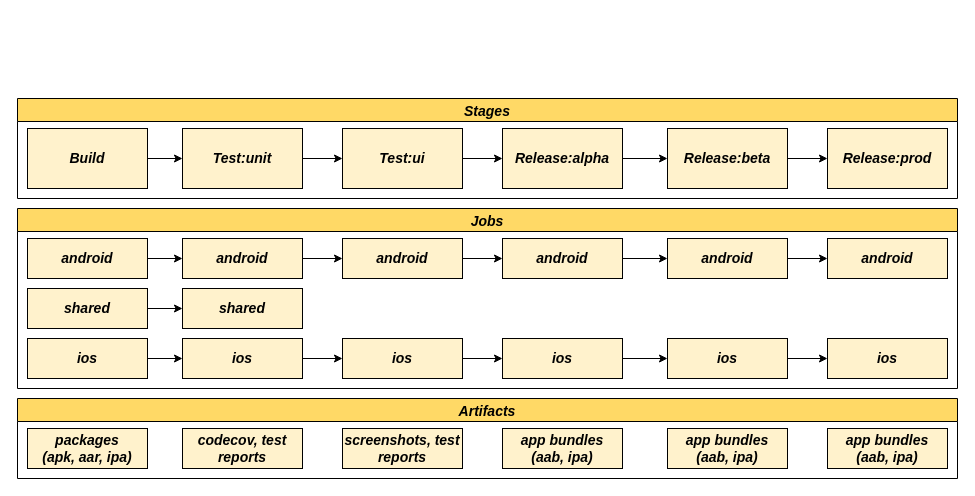
paganellif/tesi-paganelli keeps this draw.io diagram as page "Page-12" (12 of 18) of tesi-2.drawio. Above is the earlier version. Source tidied: cells renumbered, new cells numbered last; positions are measured from the earlier drawing's top-left corner, leaving out a move shared by most shapes. Both pictures are drawn from the tidied source at 100%, with x=0, y=0 at pixel (17, 98).
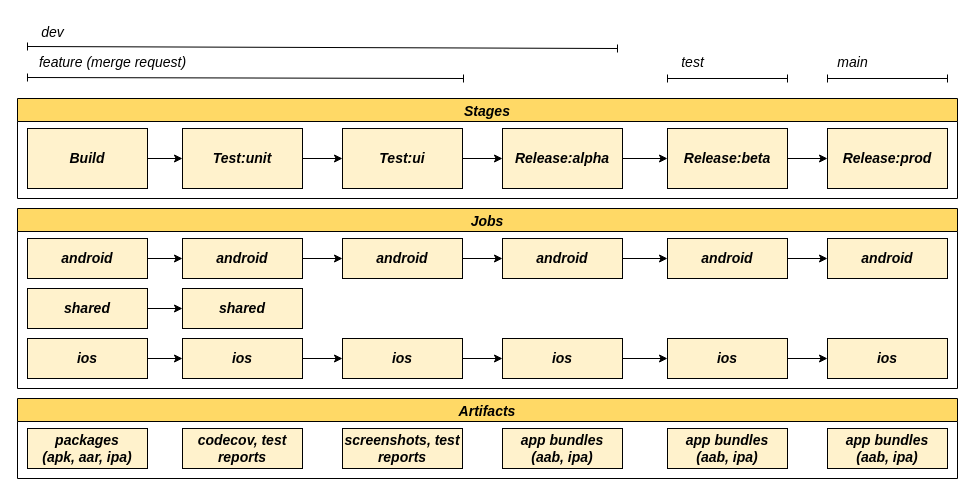
The same page after the edit.

What changed in the source:
```diff
@@
+    <mxCell id="47" style="endArrow=baseDash;html=1;rounded=0;startArrow=baseDash;startFill=0;endFill=0;" parent="1" edge="1">
+      <mxGeometry relative="1" as="geometry">
+        <mxPoint x="10" y="-52" as="sourcePoint" />
+        <mxPoint x="600" y="-50" as="targetPoint" />
+      </mxGeometry>
+    </mxCell>
+    <mxCell id="48" style="endArrow=baseDash;html=1;rounded=0;startArrow=baseDash;startFill=0;endFill=0;" parent="1" edge="1">
+      <mxGeometry relative="1" as="geometry">
+        <mxPoint x="650" y="-20" as="sourcePoint" />
+        <mxPoint x="770" y="-20" as="targetPoint" />
+      </mxGeometry>
+    </mxCell>
+    <mxCell id="49" style="endArrow=baseDash;html=1;rounded=0;startArrow=baseDash;startFill=0;endFill=0;" parent="1" edge="1">
+      <mxGeometry relative="1" as="geometry">
+        <mxPoint x="810" y="-20" as="sourcePoint" />
+        <mxPoint x="930" y="-20" as="targetPoint" />
+      </mxGeometry>
+    </mxCell>
+    <mxCell id="50" value="dev" style="text;html=1;align=center;verticalAlign=middle;strokeColor=none;fillColor=none;fontSize=14;fontStyle=2;" parent="1" vertex="1">
+      <mxGeometry x="10" y="-81" width="50" height="30" as="geometry" />
+    </mxCell>
+    <mxCell id="51" value="test" style="text;html=1;align=center;verticalAlign=middle;strokeColor=none;fillColor=none;fontSize=14;fontStyle=2;" parent="1" vertex="1">
+      <mxGeometry x="650" y="-51" width="50" height="30" as="geometry" />
+    </mxCell>
+    <mxCell id="52" value="main" style="text;html=1;align=center;verticalAlign=middle;strokeColor=none;fillColor=none;fontSize=14;fontStyle=2;" parent="1" vertex="1">
+      <mxGeometry x="810" y="-51" width="50" height="30" as="geometry" />
+    </mxCell>
+    <mxCell id="53" style="endArrow=baseDash;html=1;rounded=0;startArrow=baseDash;startFill=0;endFill=0;" parent="1" edge="1">
+      <mxGeometry relative="1" as="geometry">
+        <mxPoint x="10" y="-21" as="sourcePoint" />
+        <mxPoint x="446" y="-20" as="targetPoint" />
+      </mxGeometry>
+    </mxCell>
+    <mxCell id="54" value="feature (merge request)" style="text;html=1;align=center;verticalAlign=middle;strokeColor=none;fillColor=none;fontSize=14;fontStyle=2;" parent="1" vertex="1">
+      <mxGeometry x="10" y="-51" width="170" height="30" as="geometry" />
+    </mxCell>
```
